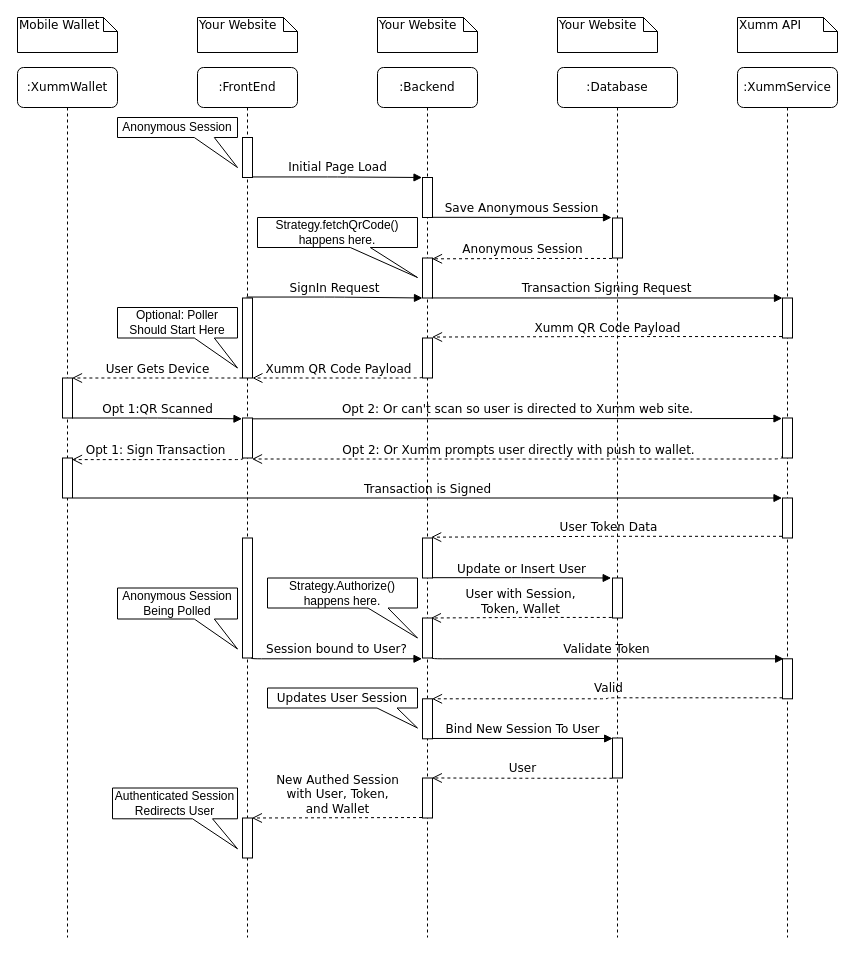
This is docs/E2E-Sequence.drawio from jfgrissom/passport-xumm, a draw.io file, before an edit. Source tidied: cells renumbered, new cells numbered last; positions are measured from the earlier drawing's top-left corner, leaving out a move shared by most shapes. Both pictures are drawn from the tidied source at 100%, with x=0, y=0 at pixel (17, 17).
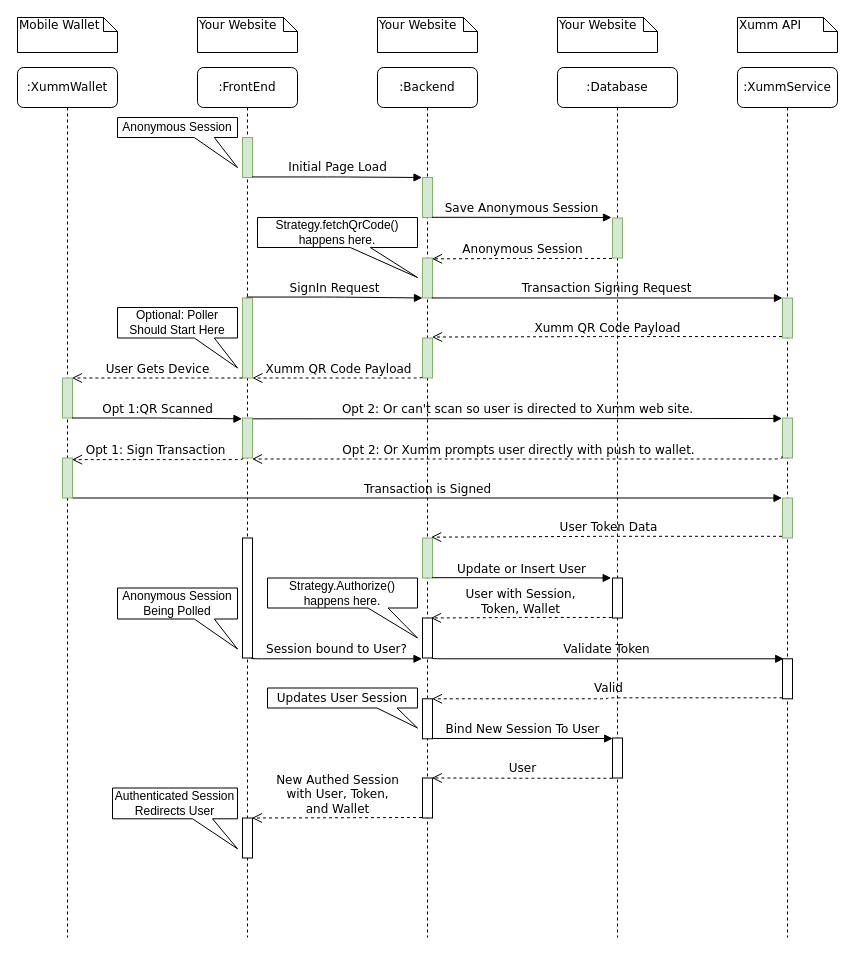
After the change.

Unchanged cells that the change refers to:
```xml
<mxCell id="2" value=":Backend" style="shape=umlLifeline;perimeter=lifelinePerimeter;whiteSpace=wrap;html=1;rounded=1;shadow=0;comic=0;labelBackgroundColor=none;strokeWidth=1;fontFamily=Verdana;fontSize=12;align=center;" parent="1" vertex="1">
  <mxGeometry x="360" y="50" width="100" height="870" as="geometry" />
</mxCell>
<mxCell id="11" value=":XummService" style="shape=umlLifeline;perimeter=lifelinePerimeter;whiteSpace=wrap;html=1;rounded=1;shadow=0;comic=0;labelBackgroundColor=none;strokeWidth=1;fontFamily=Verdana;fontSize=12;align=center;" parent="1" vertex="1">
  <mxGeometry x="720" y="50" width="100" height="870" as="geometry" />
</mxCell>
<mxCell id="16" value=":FrontEnd" style="shape=umlLifeline;perimeter=lifelinePerimeter;whiteSpace=wrap;html=1;rounded=1;shadow=0;comic=0;labelBackgroundColor=none;strokeWidth=1;fontFamily=Verdana;fontSize=12;align=center;" parent="1" vertex="1">
  <mxGeometry x="180" y="50" width="100" height="870" as="geometry" />
</mxCell>
<mxCell id="31" value=":XummWallet" style="shape=umlLifeline;perimeter=lifelinePerimeter;whiteSpace=wrap;html=1;rounded=1;shadow=0;comic=0;labelBackgroundColor=none;strokeWidth=1;fontFamily=Verdana;fontSize=12;align=center;" parent="1" vertex="1">
  <mxGeometry y="50" width="100" height="870" as="geometry" />
</mxCell>
<mxCell id="45" value=":Database" style="shape=umlLifeline;perimeter=lifelinePerimeter;whiteSpace=wrap;html=1;rounded=1;shadow=0;comic=0;labelBackgroundColor=none;strokeWidth=1;fontFamily=Verdana;fontSize=12;align=center;" parent="1" vertex="1">
  <mxGeometry x="540" y="50" width="120" height="870" as="geometry" />
</mxCell>
```

The edit, as a diff of the source:
```diff
@@
-    <mxCell id="3" style="html=1;points=[];perimeter=orthogonalPerimeter;rounded=0;shadow=0;comic=0;labelBackgroundColor=none;strokeWidth=1;fontFamily=Verdana;fontSize=12;align=center;" parent="2" vertex="1">
+    <mxCell id="3" style="html=1;points=[];perimeter=orthogonalPerimeter;rounded=0;shadow=0;comic=0;labelBackgroundColor=none;strokeWidth=1;fontFamily=Verdana;fontSize=12;align=center;fillColor=#d5e8d4;strokeColor=#82b366;" parent="2" vertex="1">
       <mxGeometry x="45" y="110" width="10" height="40" as="geometry" />
     </mxCell>
-    <mxCell id="4" style="html=1;points=[];perimeter=orthogonalPerimeter;rounded=0;shadow=0;comic=0;labelBackgroundColor=none;strokeWidth=1;fontFamily=Verdana;fontSize=12;align=center;" parent="2" vertex="1">
+    <mxCell id="4" style="html=1;points=[];perimeter=orthogonalPerimeter;rounded=0;shadow=0;comic=0;labelBackgroundColor=none;strokeWidth=1;fontFamily=Verdana;fontSize=12;align=center;fillColor=#d5e8d4;strokeColor=#82b366;" parent="2" vertex="1">
       <mxGeometry x="45" y="270.5" width="10" height="40" as="geometry" />
     </mxCell>
-    <mxCell id="5" style="html=1;points=[];perimeter=orthogonalPerimeter;rounded=0;shadow=0;comic=0;labelBackgroundColor=none;strokeWidth=1;fontFamily=Verdana;fontSize=12;align=center;" parent="2" vertex="1">
+    <mxCell id="5" style="html=1;points=[];perimeter=orthogonalPerimeter;rounded=0;shadow=0;comic=0;labelBackgroundColor=none;strokeWidth=1;fontFamily=Verdana;fontSize=12;align=center;fillColor=#d5e8d4;strokeColor=#82b366;" parent="2" vertex="1">
       <mxGeometry x="45" y="470.5" width="10" height="40" as="geometry" />
     </mxCell>
@@
-    <mxCell id="8" style="html=1;points=[];perimeter=orthogonalPerimeter;rounded=0;shadow=0;comic=0;labelBackgroundColor=none;strokeWidth=1;fontFamily=Verdana;fontSize=12;align=center;" parent="2" vertex="1">
+    <mxCell id="8" style="html=1;points=[];perimeter=orthogonalPerimeter;rounded=0;shadow=0;comic=0;labelBackgroundColor=none;strokeWidth=1;fontFamily=Verdana;fontSize=12;align=center;fillColor=#d5e8d4;strokeColor=#82b366;" parent="2" vertex="1">
       <mxGeometry x="45" y="190.5" width="10" height="40" as="geometry" />
     </mxCell>
@@
-    <mxCell id="12" style="html=1;points=[];perimeter=orthogonalPerimeter;rounded=0;shadow=0;comic=0;labelBackgroundColor=none;strokeWidth=1;fontFamily=Verdana;fontSize=12;align=center;" parent="11" vertex="1">
+    <mxCell id="12" style="html=1;points=[];perimeter=orthogonalPerimeter;rounded=0;shadow=0;comic=0;labelBackgroundColor=none;strokeWidth=1;fontFamily=Verdana;fontSize=12;align=center;fillColor=#d5e8d4;strokeColor=#82b366;" parent="11" vertex="1">
       <mxGeometry x="45" y="230.5" width="10" height="40" as="geometry" />
     </mxCell>
-    <mxCell id="13" style="html=1;points=[];perimeter=orthogonalPerimeter;rounded=0;shadow=0;comic=0;labelBackgroundColor=none;strokeWidth=1;fontFamily=Verdana;fontSize=12;align=center;" parent="11" vertex="1">
+    <mxCell id="13" style="html=1;points=[];perimeter=orthogonalPerimeter;rounded=0;shadow=0;comic=0;labelBackgroundColor=none;strokeWidth=1;fontFamily=Verdana;fontSize=12;align=center;fillColor=#d5e8d4;strokeColor=#82b366;" parent="11" vertex="1">
       <mxGeometry x="45" y="430.5" width="10" height="40" as="geometry" />
     </mxCell>
-    <mxCell id="14" style="html=1;points=[];perimeter=orthogonalPerimeter;rounded=0;shadow=0;comic=0;labelBackgroundColor=none;strokeWidth=1;fontFamily=Verdana;fontSize=12;align=center;" parent="11" vertex="1">
+    <mxCell id="14" style="html=1;points=[];perimeter=orthogonalPerimeter;rounded=0;shadow=0;comic=0;labelBackgroundColor=none;strokeWidth=1;fontFamily=Verdana;fontSize=12;align=center;fillColor=#d5e8d4;strokeColor=#82b366;" parent="11" vertex="1">
       <mxGeometry x="45" y="350.5" width="10" height="40" as="geometry" />
     </mxCell>
@@
-    <mxCell id="17" style="html=1;points=[];perimeter=orthogonalPerimeter;rounded=0;shadow=0;comic=0;labelBackgroundColor=none;strokeWidth=1;fontFamily=Verdana;fontSize=12;align=center;" parent="16" vertex="1">
+    <mxCell id="17" style="html=1;points=[];perimeter=orthogonalPerimeter;rounded=0;shadow=0;comic=0;labelBackgroundColor=none;strokeWidth=1;fontFamily=Verdana;fontSize=12;align=center;fillColor=#d5e8d4;strokeColor=#82b366;" parent="16" vertex="1">
       <mxGeometry x="45" y="230.5" width="10" height="80" as="geometry" />
     </mxCell>
-    <mxCell id="18" style="html=1;points=[];perimeter=orthogonalPerimeter;rounded=0;shadow=0;comic=0;labelBackgroundColor=none;strokeWidth=1;fontFamily=Verdana;fontSize=12;align=center;" parent="16" vertex="1">
+    <mxCell id="18" style="html=1;points=[];perimeter=orthogonalPerimeter;rounded=0;shadow=0;comic=0;labelBackgroundColor=none;strokeWidth=1;fontFamily=Verdana;fontSize=12;align=center;fillColor=#d5e8d4;strokeColor=#82b366;" parent="16" vertex="1">
       <mxGeometry x="45" y="350.5" width="10" height="40" as="geometry" />
     </mxCell>
@@
-    <mxCell id="23" style="html=1;points=[];perimeter=orthogonalPerimeter;rounded=0;shadow=0;comic=0;labelBackgroundColor=none;strokeWidth=1;fontFamily=Verdana;fontSize=12;align=center;" parent="16" vertex="1">
+    <mxCell id="23" style="html=1;points=[];perimeter=orthogonalPerimeter;rounded=0;shadow=0;comic=0;labelBackgroundColor=none;strokeWidth=1;fontFamily=Verdana;fontSize=12;align=center;fillColor=#d5e8d4;strokeColor=#82b366;" parent="16" vertex="1">
       <mxGeometry x="45" y="70" width="10" height="40" as="geometry" />
     </mxCell>
@@
-    <mxCell id="32" style="html=1;points=[];perimeter=orthogonalPerimeter;rounded=0;shadow=0;comic=0;labelBackgroundColor=none;strokeWidth=1;fontFamily=Verdana;fontSize=12;align=center;" parent="31" vertex="1">
+    <mxCell id="32" style="html=1;points=[];perimeter=orthogonalPerimeter;rounded=0;shadow=0;comic=0;labelBackgroundColor=none;strokeWidth=1;fontFamily=Verdana;fontSize=12;align=center;fillColor=#d5e8d4;strokeColor=#82b366;" parent="31" vertex="1">
       <mxGeometry x="45" y="310.5" width="10" height="40" as="geometry" />
     </mxCell>
-    <mxCell id="33" style="html=1;points=[];perimeter=orthogonalPerimeter;rounded=0;shadow=0;comic=0;labelBackgroundColor=none;strokeWidth=1;fontFamily=Verdana;fontSize=12;align=center;" parent="31" vertex="1">
+    <mxCell id="33" style="html=1;points=[];perimeter=orthogonalPerimeter;rounded=0;shadow=0;comic=0;labelBackgroundColor=none;strokeWidth=1;fontFamily=Verdana;fontSize=12;align=center;fillColor=#d5e8d4;strokeColor=#82b366;" parent="31" vertex="1">
       <mxGeometry x="45" y="390.5" width="10" height="40" as="geometry" />
     </mxCell>
@@
-    <mxCell id="46" style="html=1;points=[];perimeter=orthogonalPerimeter;rounded=0;shadow=0;comic=0;labelBackgroundColor=none;strokeWidth=1;fontFamily=Verdana;fontSize=12;align=center;" parent="45" vertex="1">
+    <mxCell id="46" style="html=1;points=[];perimeter=orthogonalPerimeter;rounded=0;shadow=0;comic=0;labelBackgroundColor=none;strokeWidth=1;fontFamily=Verdana;fontSize=12;align=center;fillColor=#d5e8d4;strokeColor=#82b366;" parent="45" vertex="1">
       <mxGeometry x="55" y="150.5" width="10" height="40" as="geometry" />
     </mxCell>
```
